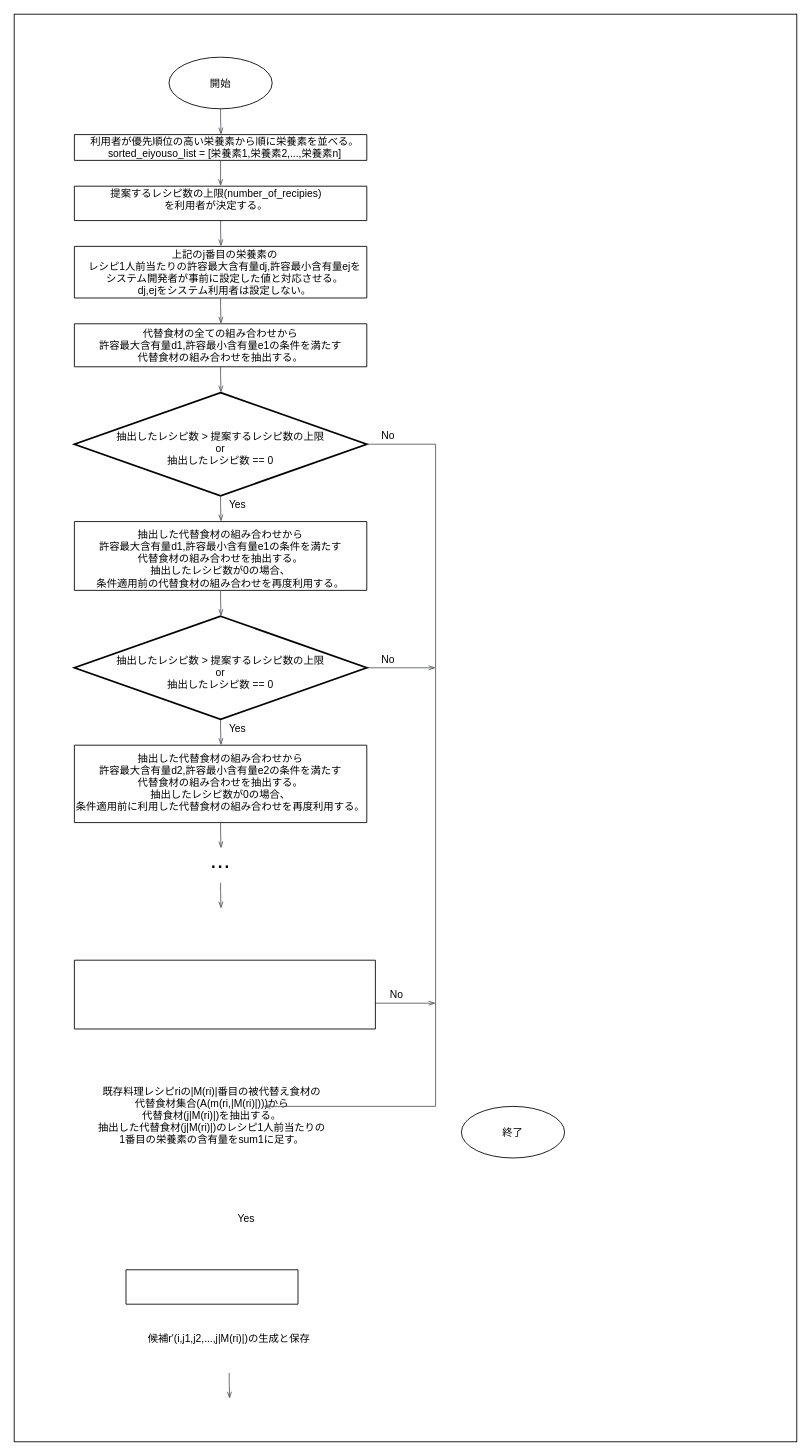
jokertennis/github-flow-practice keeps this draw.io diagram as 変更後のフロー図.drawio. Above is the earlier version. Source tidied: cells renumbered, new cells numbered last; positions are measured from the earlier drawing's top-left corner, leaving out a move shared by most shapes. Both pictures are drawn from the tidied source at 86%, with x=0, y=0 at pixel (14, 14).
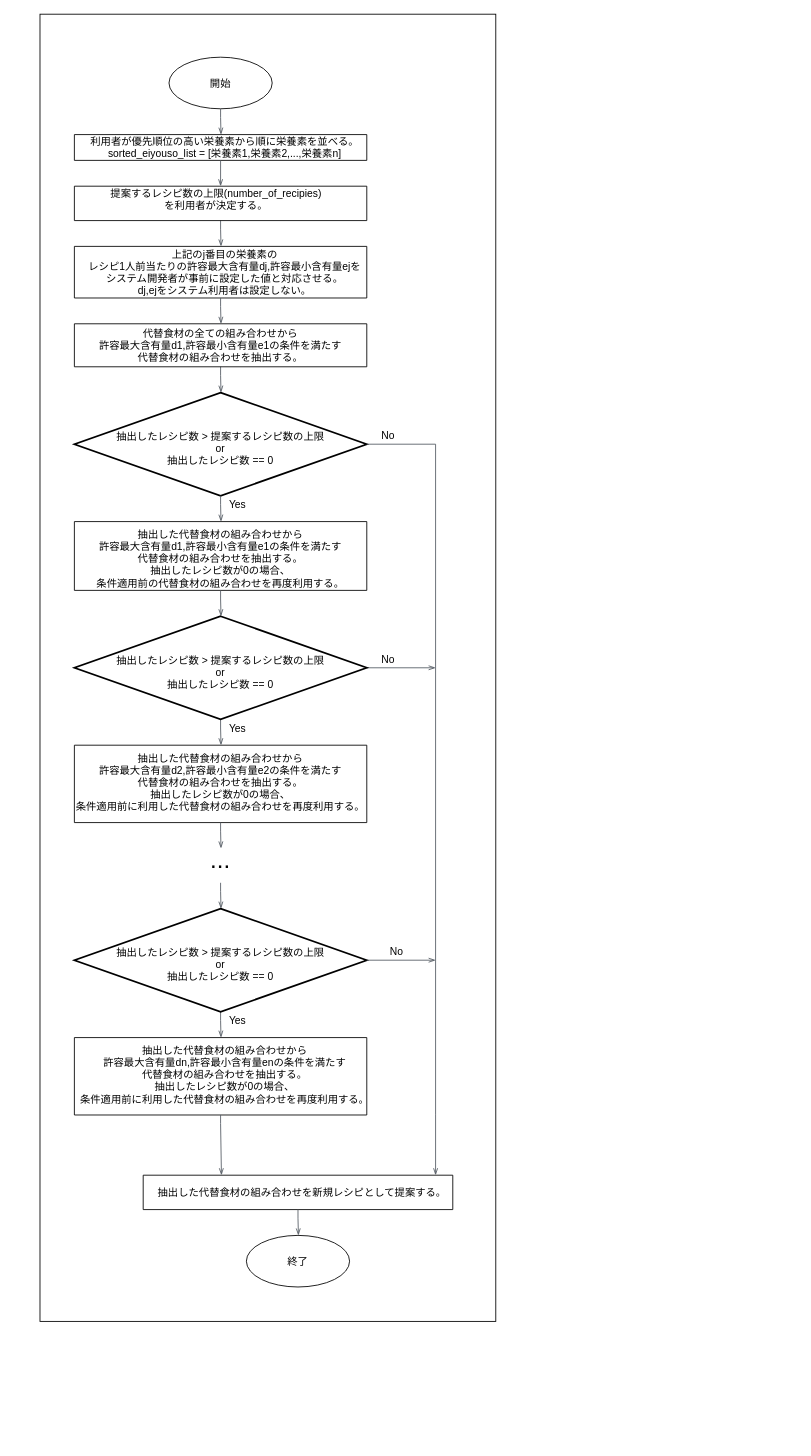
Above is the later version.

Commit message (it also covers changes not shown here):
Update 変更後のフロー図.drawio

What changed in the source:
```diff
@@
     <mxCell id="2" style="rounded=0;whiteSpace=wrap;html=1;" parent="1" vertex="1">
-      <mxGeometry width="910" height="1660" as="geometry" />
+      <mxGeometry x="30" width="530" height="1520" as="geometry" />
     </mxCell>
@@
-    <mxCell id="18" value="既存料理レシピriの|M(ri)|番目の被代替え食材の&#10;代替食材集合(A(m(ri,|M(ri)|)))から&#10;代替食材(j|M(ri)|)を抽出する。&#10;抽出した代替食材(j|M(ri)|)のレシピ1人前当たりの&#10;1番目の栄養素の含有量をsum1に足す。" style="text;align=center;verticalAlign=middle;" parent="1" vertex="1">
-      <mxGeometry x="90" y="1240" width="280" height="80" as="geometry" />
-    </mxCell>
@@
-    <mxCell id="20" value="候補r'(i,j1,j2,...,j|M(ri)|)の生成と保存" style="text;align=center;verticalAlign=middle;fontSize=12;" parent="1" vertex="1">
-      <mxGeometry x="150" y="1530" width="200" height="20" as="geometry" />
-    </mxCell>
-    <mxCell id="21" style="verticalLabelPosition=bottom;verticalAlign=top;html=1;shape=mxgraph.basic.rect;fillColor2=none;strokeWidth=1;size=20;indent=5;rounded=0;labelBackgroundColor=#ffffff;sketch=0;fillColor=none;labelBorderColor=none;" parent="1" vertex="1">
-      <mxGeometry x="130" y="1460" width="200" height="40" as="geometry" />
-    </mxCell>
     <mxCell id="22" style="edgeStyle=orthogonalEdgeStyle;html=1;endArrow=openThin;elbow=vertical;startArrow=none;endFill=0;strokeColor=#545B64;rounded=0;" parent="1" edge="1">
       <mxGeometry relative="1" as="geometry">
-        <mxPoint x="250" y="1580" as="sourcePoint" />
-        <mxPoint x="250.5" y="1610" as="targetPoint" />
+        <mxPoint x="240" y="1160" as="sourcePoint" />
+        <mxPoint x="240.5" y="1190" as="targetPoint" />
         <Array as="points">
-          <mxPoint x="250" y="1590" />
-          <mxPoint x="250" y="1590" />
+          <mxPoint x="240" y="1170" />
+          <mxPoint x="240" y="1170" />
         </Array>
       </mxGeometry>
     </mxCell>
-    <mxCell id="23" style="edgeStyle=orthogonalEdgeStyle;html=1;endArrow=openThin;elbow=vertical;startArrow=none;endFill=0;strokeColor=#545B64;rounded=0;" parent="1" edge="1">
-      <mxGeometry relative="1" as="geometry">
-        <mxPoint x="420" y="1150" as="sourcePoint" />
-        <mxPoint x="490" y="1150" as="targetPoint" />
-        <Array as="points">
-          <mxPoint x="420" y="1150" />
-          <mxPoint x="420" y="1150" />
-        </Array>
-      </mxGeometry>
-    </mxCell>
     <mxCell id="24" style="verticalLabelPosition=bottom;verticalAlign=top;html=1;shape=mxgraph.basic.rect;fillColor2=none;strokeWidth=1;size=20;indent=5;rounded=0;labelBackgroundColor=#ffffff;sketch=0;fillColor=none;labelBorderColor=none;" parent="1" vertex="1">
-      <mxGeometry x="70" y="1100" width="350" height="80" as="geometry" />
+      <mxGeometry x="150" y="1350" width="360" height="40" as="geometry" />
     </mxCell>
@@
     <mxCell id="26" value="No" style="text;align=center;verticalAlign=middle;fontSize=12;" parent="1" vertex="1">
-      <mxGeometry x="430" y="1130" width="30" height="20" as="geometry" />
+      <mxGeometry x="430" y="1080" width="30" height="20" as="geometry" />
     </mxCell>
@@
     <mxCell id="28" value="Yes" style="text;align=center;verticalAlign=middle;fontSize=12;" parent="1" vertex="1">
-      <mxGeometry x="250" y="1390" width="40" height="20" as="geometry" />
+      <mxGeometry x="240" y="1160" width="40" height="20" as="geometry" />
     </mxCell>
@@
     <mxCell id="30" style="edgeStyle=orthogonalEdgeStyle;html=1;endArrow=openThin;elbow=vertical;startArrow=none;endFill=0;strokeColor=#545B64;rounded=0;" parent="1" edge="1">
       <mxGeometry relative="1" as="geometry">
         <mxPoint x="410" y="500" as="sourcePoint" />
-        <mxPoint x="290" y="1270" as="targetPoint" />
+        <mxPoint x="490" y="1350" as="targetPoint" />
         <Array as="points">
           <mxPoint x="490" y="500" />
+          <mxPoint x="490" y="1279" />
         </Array>
       </mxGeometry>
     </mxCell>
     <mxCell id="31" style="strokeWidth=1;html=1;shape=mxgraph.flowchart.start_1;whiteSpace=wrap;labelBorderColor=#000000;" parent="1" vertex="1">
-      <mxGeometry x="520" y="1270" width="120" height="60" as="geometry" />
+      <mxGeometry x="270" y="1420" width="120" height="60" as="geometry" />
     </mxCell>
     <mxCell id="32" value="終了" style="text;align=center;verticalAlign=middle;fontSize=12;" parent="1" vertex="1">
-      <mxGeometry x="560" y="1290" width="40" height="20" as="geometry" />
+      <mxGeometry x="310" y="1440" width="40" height="20" as="geometry" />
     </mxCell>
@@
+    <mxCell id="48" style="strokeWidth=2;html=1;shape=mxgraph.flowchart.decision;whiteSpace=wrap;rounded=0;labelBackgroundColor=#ffffff;sketch=0;fillColor=none;" parent="1" vertex="1">
+      <mxGeometry x="70" y="1040" width="340" height="120" as="geometry" />
+    </mxCell>
+    <mxCell id="49" style="edgeStyle=orthogonalEdgeStyle;html=1;endArrow=openThin;elbow=vertical;startArrow=none;endFill=0;strokeColor=#545B64;rounded=0;" parent="1" edge="1">
+      <mxGeometry relative="1" as="geometry">
+        <mxPoint x="410" y="1100" as="sourcePoint" />
+        <mxPoint x="490" y="1100" as="targetPoint" />
+        <Array as="points">
+          <mxPoint x="410" y="1100" />
+          <mxPoint x="410" y="1100" />
+        </Array>
+      </mxGeometry>
+    </mxCell>
+    <mxCell id="50" value="抽出したレシピ数 &gt; 提案するレシピ数の上限&#10;or&#10;抽出したレシピ数 == 0" style="text;align=center;verticalAlign=middle;" parent="1" vertex="1">
+      <mxGeometry x="110" y="1080" width="260" height="50" as="geometry" />
+    </mxCell>
+    <mxCell id="51" style="verticalLabelPosition=bottom;verticalAlign=top;html=1;shape=mxgraph.basic.rect;fillColor2=none;strokeWidth=1;size=20;indent=5;rounded=0;labelBackgroundColor=#ffffff;sketch=0;fillColor=none;labelBorderColor=none;" parent="1" vertex="1">
+      <mxGeometry x="70" y="1190" width="340" height="90" as="geometry" />
+    </mxCell>
+    <mxCell id="52" value="抽出した代替食材の組み合わせから&#10;許容最大含有量dn,許容最小含有量enの条件を満たす&#10;代替食材の組み合わせを抽出する。&#10;抽出したレシピ数が0の場合、&#10;条件適用前に利用した代替食材の組み合わせを再度利用する。&#10;" style="text;align=center;verticalAlign=middle;" parent="1" vertex="1">
+      <mxGeometry x="70" y="1200" width="350" height="80" as="geometry" />
+    </mxCell>
+    <mxCell id="53" value="抽出した代替食材の組み合わせを新規レシピとして提案する。" style="text;align=center;verticalAlign=middle;strokeColor=none;" parent="1" vertex="1">
+      <mxGeometry x="160" y="1360" width="350" height="20" as="geometry" />
+    </mxCell>
+    <mxCell id="54" style="edgeStyle=orthogonalEdgeStyle;html=1;endArrow=openThin;elbow=vertical;startArrow=none;endFill=0;strokeColor=#545B64;rounded=0;" parent="1" edge="1">
+      <mxGeometry relative="1" as="geometry">
+        <mxPoint x="240" y="1280" as="sourcePoint" />
+        <mxPoint x="241" y="1350" as="targetPoint" />
+        <Array as="points">
+          <mxPoint x="240" y="1290" />
+          <mxPoint x="240" y="1290" />
+        </Array>
+      </mxGeometry>
+    </mxCell>
+    <mxCell id="55" style="edgeStyle=orthogonalEdgeStyle;html=1;endArrow=openThin;elbow=vertical;startArrow=none;endFill=0;strokeColor=#545B64;rounded=0;" parent="1" edge="1">
+      <mxGeometry relative="1" as="geometry">
+        <mxPoint x="330" y="1390" as="sourcePoint" />
+        <mxPoint x="330.5" y="1420" as="targetPoint" />
+        <Array as="points">
+          <mxPoint x="330" y="1400" />
+          <mxPoint x="330" y="1400" />
+        </Array>
+      </mxGeometry>
+    </mxCell>
```
